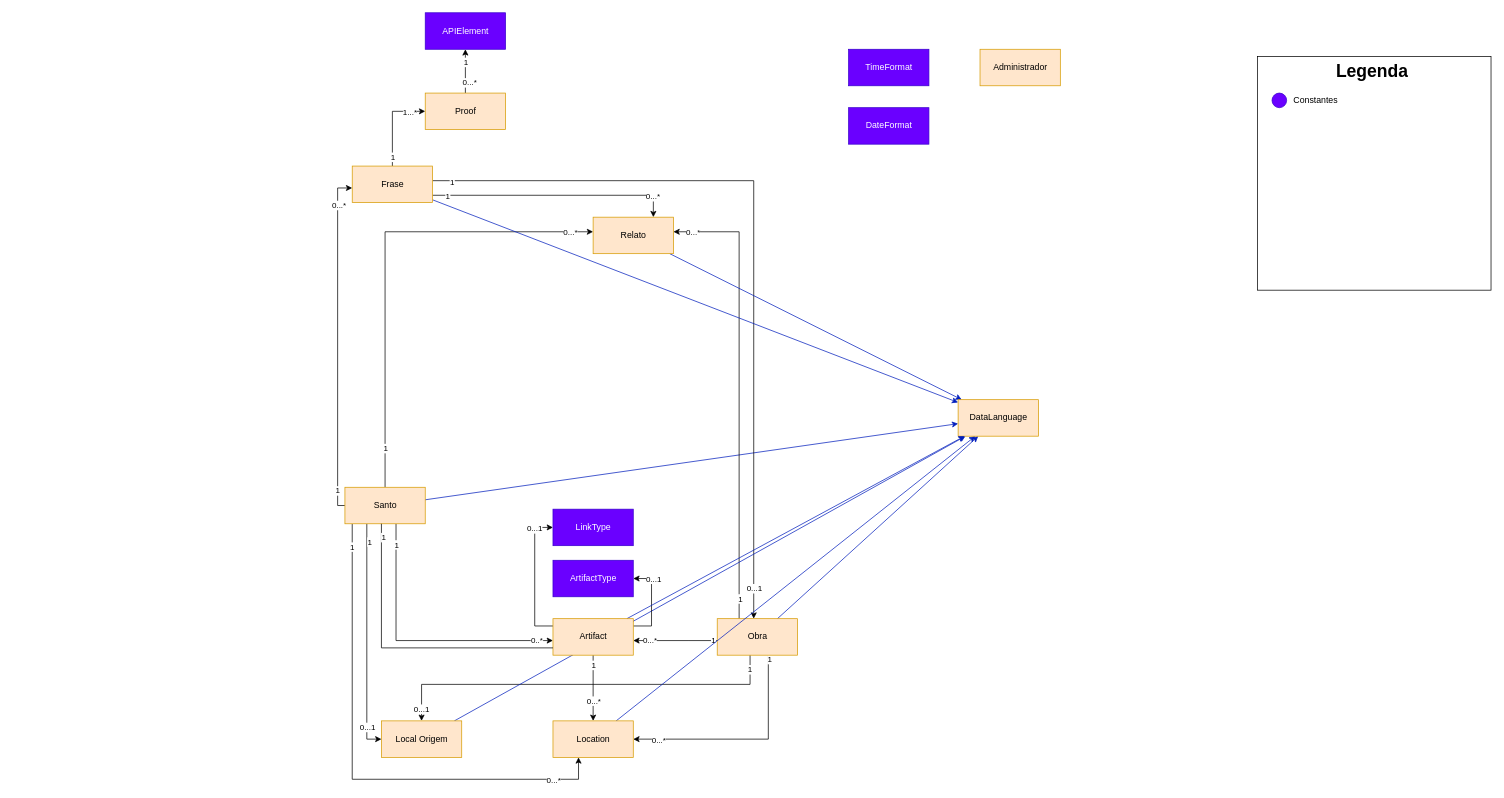
The draw.io diagram page "Conceptual Model" (1 of 2) of Documentation/Untitled Diagram.drawio in the-catholics/Saints-API, before the edit. Source tidied: cells renumbered, new cells numbered last; positions are measured from the earlier drawing's top-left corner, leaving out a move shared by most shapes. Both pictures are drawn from the tidied source at 73%, with x=0, y=0 at pixel (337, 12).
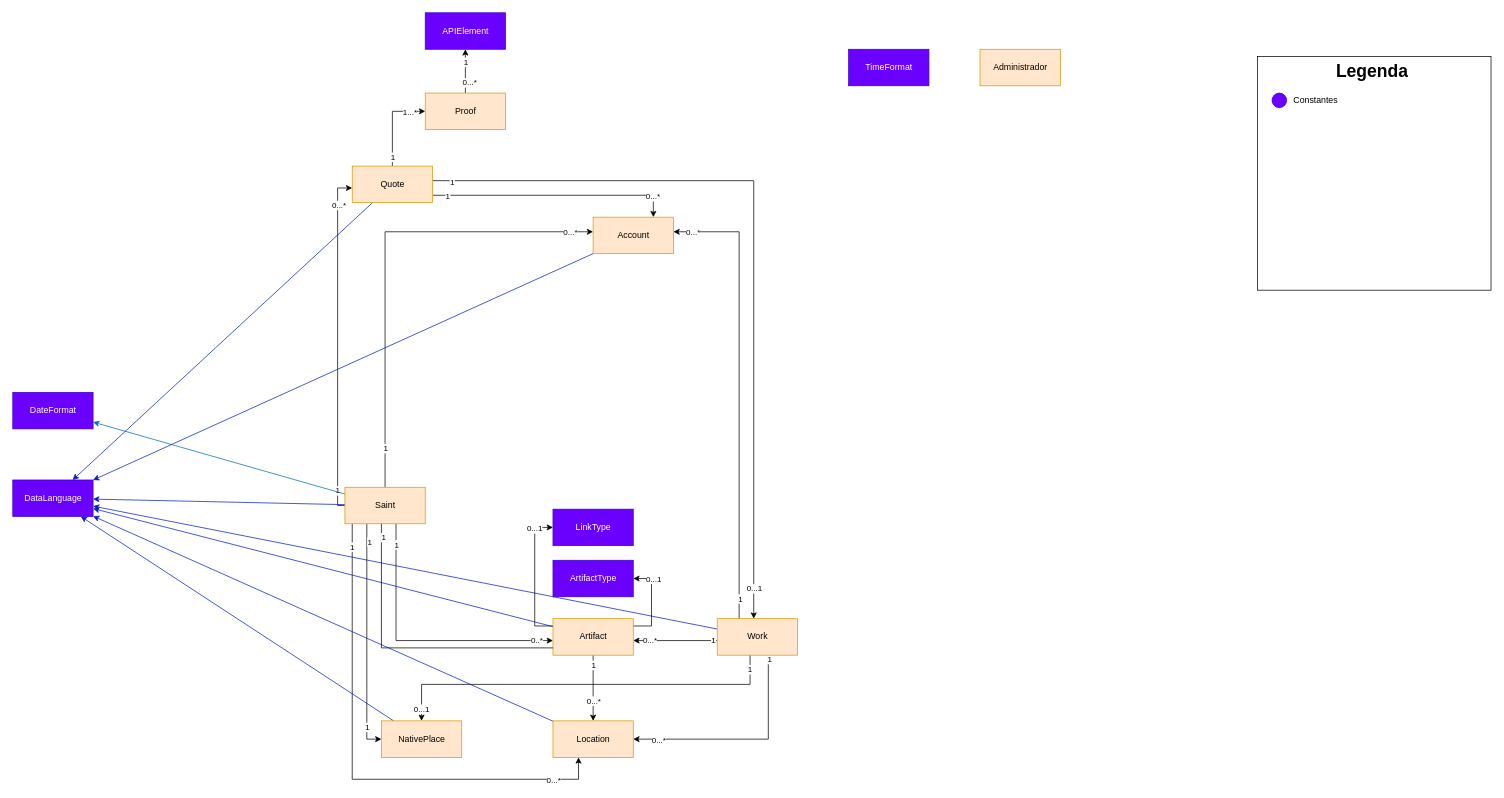
The same diagram, later.

Unchanged cells that the change refers to:
```xml
<mxCell id="5" style="edgeStyle=orthogonalEdgeStyle;rounded=0;jettySize=auto;html=1;" parent="1" edge="1" source="18" target="46">
  <mxGeometry relative="1" as="geometry">
    <Array as="points">
      <mxPoint x="40" y="995" />
    </Array>
  </mxGeometry>
</mxCell>
```

What changed in the source:
```diff
@@
-    <mxCell id="7" value="0...1" style="edgeLabel;html=1;align=center;verticalAlign=middle;" parent="5" vertex="1">
+    <mxCell id="7" value="1" style="edgeLabel;html=1;align=center;verticalAlign=middle;" parent="5" vertex="1">
       <mxGeometry x="0.72" relative="1" as="geometry">
         <mxPoint y="7" as="offset" />
       </mxGeometry>
     </mxCell>
@@
+    <mxCell id="76" style="edgeStyle=none;rounded=0;jettySize=auto;html=1;fillColor=#1ba1e2;strokeColor=#006EAF;" parent="1" edge="1" source="18" target="54">
+      <mxGeometry relative="1" as="geometry" />
+    </mxCell>
-    <mxCell id="18" value="Santo" style="html=1;fillColor=#ffe6cc;strokeColor=#d79b00;" parent="1" vertex="1">
+    <mxCell id="18" value="Saint" style="html=1;fillColor=#ffe6cc;strokeColor=#d79b00;" parent="1" vertex="1">
       <mxGeometry x="10" y="650" width="110" height="50" as="geometry" />
     </mxCell>
@@
-    <mxCell id="32" value="Obra" style="html=1;fillColor=#ffe6cc;strokeColor=#d79b00;" parent="1" vertex="1">
+    <mxCell id="32" value="Work" style="html=1;fillColor=#ffe6cc;strokeColor=#d79b00;" parent="1" vertex="1">
       <mxGeometry x="520" y="830" width="110" height="50" as="geometry" />
     </mxCell>
@@
-    <mxCell id="43" value="Frase" style="html=1;fillColor=#ffe6cc;strokeColor=#d79b00;" parent="1" vertex="1">
+    <mxCell id="43" value="Quote" style="html=1;fillColor=#ffe6cc;strokeColor=#d79b00;" parent="1" vertex="1">
       <mxGeometry x="20" y="210" width="110" height="50" as="geometry" />
     </mxCell>
@@
-    <mxCell id="46" value="Local Origem" style="html=1;fillColor=#ffe6cc;strokeColor=#d79b00;" parent="1" vertex="1">
+    <mxCell id="46" value="NativePlace" style="html=1;fillColor=#ffe6cc;strokeColor=#d79b00;" parent="1" vertex="1">
       <mxGeometry x="60" y="970" width="110" height="50" as="geometry" />
     </mxCell>
@@
-    <mxCell id="50" value="Relato" style="html=1;fillColor=#ffe6cc;strokeColor=#d79b00;" parent="1" vertex="1">
+    <mxCell id="50" value="Account" style="html=1;fillColor=#ffe6cc;strokeColor=#d79b00;" parent="1" vertex="1">
       <mxGeometry x="350" y="280" width="110" height="50" as="geometry" />
     </mxCell>
@@
     <mxCell id="54" value="DateFormat" style="html=1;fillColor=#6a00ff;strokeColor=#3700CC;fontColor=#ffffff;" parent="1" vertex="1">
-      <mxGeometry x="700" y="130" width="110" height="50" as="geometry" />
+      <mxGeometry x="-445" y="520" width="110" height="50" as="geometry" />
     </mxCell>
@@
-    <mxCell id="56" value="DataLanguage" style="html=1;fillColor=#ffe6cc;strokeColor=#d79b00;" parent="1" vertex="1">
-      <mxGeometry x="850" y="530" width="110" height="50" as="geometry" />
+    <mxCell id="56" value="DataLanguage" style="html=1;fillColor=#6a00ff;strokeColor=#3700CC;fontColor=#ffffff;" parent="1" vertex="1">
+      <mxGeometry x="-445" y="640" width="110" height="50" as="geometry" />
     </mxCell>
```
